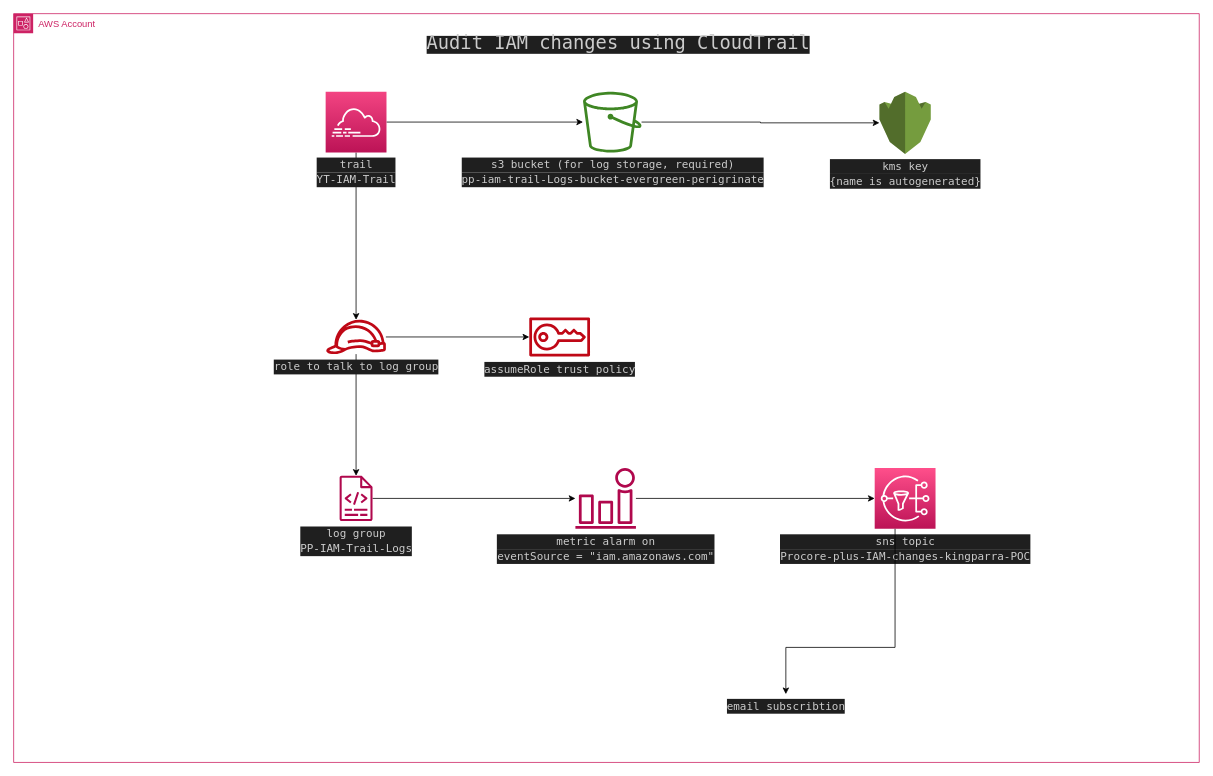
kingparra/procore-internship keeps this draw.io diagram as 0006_-_audit_solution_for_iam_changes/diagram.drawio. Above is the earlier version. Source tidied: cells renumbered, new cells numbered last; positions are measured from the earlier drawing's top-left corner, leaving out a move shared by most shapes. Both pictures are drawn from the tidied source at 78%, with x=0, y=0 at pixel (13, 13).
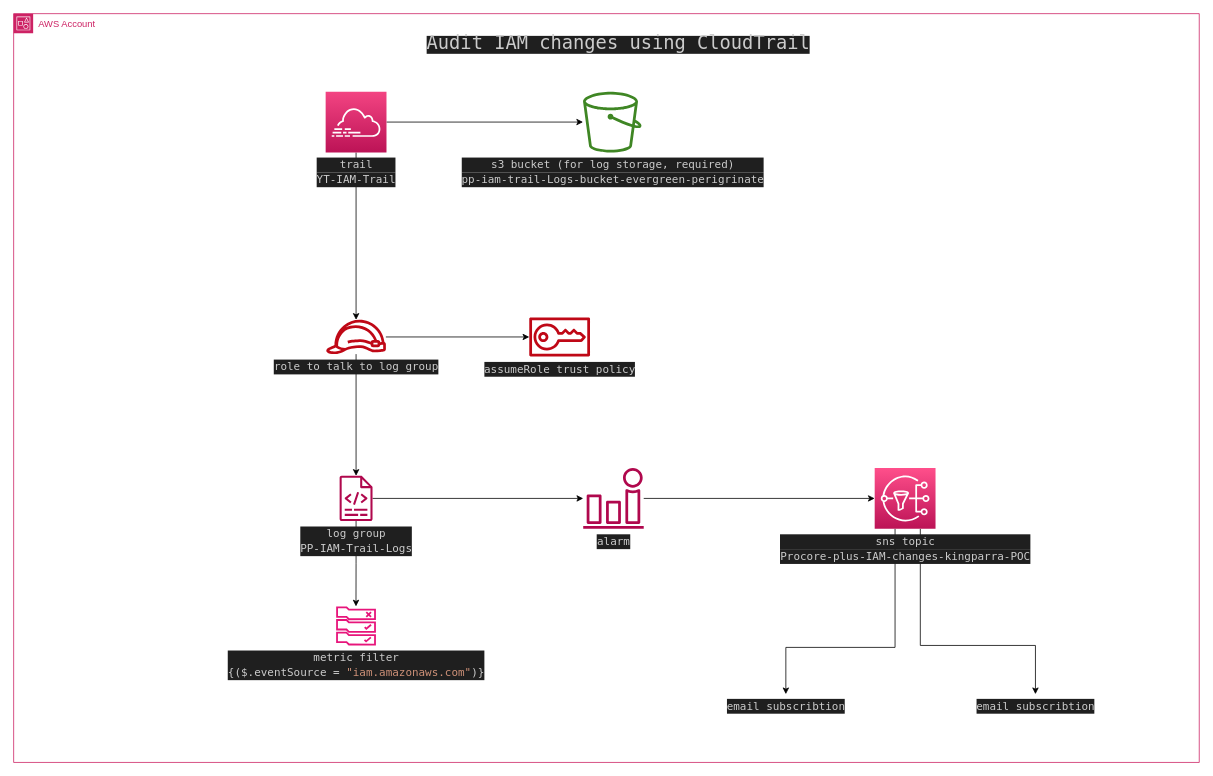
Above is the later version.

The change refers to these unchanged cells:
```xml
<mxCell id="2" value="AWS Account" style="gradientColor=none;html=1;whiteSpace=wrap;fontSize=12;fontStyle=0;shape=mxgraph.aws4.group;grIcon=mxgraph.aws4.group_account;strokeColor=#CD2264;fillColor=none;verticalAlign=top;align=left;spacingLeft=30;fontColor=#CD2264;dashed=0;" parent="1" vertex="1">
  <mxGeometry width="1520" height="960" as="geometry" />
</mxCell>
<mxCell id="5" value="&lt;div style=&quot;font-family: &amp;quot;Fira Code Light&amp;quot;, &amp;quot;Droid Sans Mono&amp;quot;, &amp;quot;monospace&amp;quot;, monospace; font-size: 14px; line-height: 19px;&quot;&gt;&lt;div style=&quot;color: rgb(204, 204, 204); background-color: rgb(31, 31, 31); line-height: 19px;&quot;&gt;s3 bucket (for log storage, required)&lt;/div&gt;&lt;div style=&quot;color: rgb(204, 204, 204); background-color: rgb(31, 31, 31); line-height: 19px;&quot;&gt;&lt;div style=&quot;line-height: 19px;&quot;&gt;pp-iam-trail-Logs-bucket-evergreen-perigrinate&lt;/div&gt;&lt;/div&gt;&lt;/div&gt;" style="sketch=0;outlineConnect=0;fontColor=#232F3E;gradientColor=none;fillColor=#3F8624;strokeColor=none;dashed=0;verticalLabelPosition=bottom;verticalAlign=top;align=center;html=1;fontSize=12;fontStyle=0;shape=mxgraph.aws4.bucket;" parent="2" vertex="1">
  <mxGeometry x="730" y="100" width="75" height="78" as="geometry" />
</mxCell>
<mxCell id="7" value="&lt;div style=&quot;color: rgb(204, 204, 204); background-color: rgb(31, 31, 31); font-family: &amp;quot;Fira Code Light&amp;quot;, &amp;quot;Droid Sans Mono&amp;quot;, &amp;quot;monospace&amp;quot;, monospace; font-size: 14px; line-height: 19px;&quot;&gt;log group&lt;br&gt;PP-IAM-Trail-Logs&lt;/div&gt;" style="sketch=0;outlineConnect=0;fontColor=#232F3E;gradientColor=none;fillColor=#B0084D;strokeColor=none;dashed=0;verticalLabelPosition=bottom;verticalAlign=top;align=center;html=1;fontSize=12;fontStyle=0;shape=mxgraph.aws4.logs;" parent="2" vertex="1">
  <mxGeometry x="400" y="592.5" width="78" height="58" as="geometry" />
</mxCell>
<mxCell id="10" value="&lt;div style=&quot;color: rgb(204, 204, 204); background-color: rgb(31, 31, 31); font-family: &amp;quot;Fira Code Light&amp;quot;, &amp;quot;Droid Sans Mono&amp;quot;, &amp;quot;monospace&amp;quot;, monospace; font-size: 14px; line-height: 19px;&quot;&gt;sns topic&lt;/div&gt;&lt;div style=&quot;color: rgb(204, 204, 204); background-color: rgb(31, 31, 31); font-family: &amp;quot;Fira Code Light&amp;quot;, &amp;quot;Droid Sans Mono&amp;quot;, &amp;quot;monospace&amp;quot;, monospace; font-size: 14px; line-height: 19px;&quot;&gt;Procore-plus-IAM-changes-kingparra-POC&lt;/div&gt;" style="sketch=0;points=[[0,0,0],[0.25,0,0],[0.5,0,0],[0.75,0,0],[1,0,0],[0,1,0],[0.25,1,0],[0.5,1,0],[0.75,1,0],[1,1,0],[0,0.25,0],[0,0.5,0],[0,0.75,0],[1,0.25,0],[1,0.5,0],[1,0.75,0]];outlineConnect=0;fontColor=#232F3E;gradientColor=#FF4F8B;gradientDirection=north;fillColor=#BC1356;strokeColor=#ffffff;dashed=0;verticalLabelPosition=bottom;verticalAlign=top;align=center;html=1;fontSize=12;fontStyle=0;shape=mxgraph.aws4.resourceIcon;resIcon=mxgraph.aws4.sns;" parent="2" vertex="1">
  <mxGeometry x="1103.9" y="582.5" width="78" height="78" as="geometry" />
</mxCell>
<mxCell id="12" value="&lt;div style=&quot;color: rgb(204, 204, 204); background-color: rgb(31, 31, 31); font-family: &amp;quot;Fira Code Light&amp;quot;, &amp;quot;Droid Sans Mono&amp;quot;, &amp;quot;monospace&amp;quot;, monospace; font-size: 14px; line-height: 19px;&quot;&gt;email subscribtion&lt;/div&gt;" style="text;html=1;align=center;verticalAlign=middle;points=[];strokeColor=none;fillColor=none;" parent="2" vertex="1">
  <mxGeometry x="900" y="872.5" width="180" height="30" as="geometry" />
</mxCell>
```

The edit, as a diff of the source:
```diff
@@
-    <mxCell id="4" style="edgeStyle=orthogonalEdgeStyle;rounded=0;jettySize=auto;html=1;" parent="2" edge="1" source="5" target="13">
-      <mxGeometry relative="1" as="geometry" />
-    </mxCell>
@@
+    <mxCell id="21" style="edgeStyle=orthogonalEdgeStyle;rounded=0;jettySize=auto;html=1;" parent="2" edge="1" source="7" target="23">
+      <mxGeometry relative="1" as="geometry" />
+    </mxCell>
@@
+    <mxCell id="22" style="edgeStyle=orthogonalEdgeStyle;rounded=0;jettySize=auto;html=1;exitX=0.75;exitY=1;exitDx=0;exitDy=0;exitPerimeter=0;" parent="2" edge="1" source="10" target="24">
+      <mxGeometry relative="1" as="geometry">
+        <Array as="points">
+          <mxPoint x="1162" y="810" />
+          <mxPoint x="1310" y="810" />
+        </Array>
+      </mxGeometry>
+    </mxCell>
@@
+    <mxCell id="11" style="edgeStyle=orthogonalEdgeStyle;rounded=0;jettySize=auto;html=1;" parent="2" edge="1" source="10" target="12">
+      <mxGeometry relative="1" as="geometry">
+        <Array as="points">
+          <mxPoint x="1130" y="812.5" />
+          <mxPoint x="990" y="812.5" />
+        </Array>
+      </mxGeometry>
+    </mxCell>
@@
-    <mxCell id="11" style="edgeStyle=orthogonalEdgeStyle;rounded=0;jettySize=auto;html=1;" parent="2" edge="1" source="10" target="12">
-      <mxGeometry relative="1" as="geometry">
-        <Array as="points">
-          <mxPoint x="1130" y="812.5" />
-          <mxPoint x="990" y="812.5" />
-        </Array>
-      </mxGeometry>
-    </mxCell>
@@
-    <mxCell id="13" value="&lt;div style=&quot;color: rgb(204, 204, 204); background-color: rgb(31, 31, 31); font-family: &amp;quot;Fira Code Light&amp;quot;, &amp;quot;Droid Sans Mono&amp;quot;, &amp;quot;monospace&amp;quot;, monospace; font-size: 14px; line-height: 19px;&quot;&gt;kms key&lt;/div&gt;&lt;div style=&quot;color: rgb(204, 204, 204); background-color: rgb(31, 31, 31); font-family: &amp;quot;Fira Code Light&amp;quot;, &amp;quot;Droid Sans Mono&amp;quot;, &amp;quot;monospace&amp;quot;, monospace; font-size: 14px; line-height: 19px;&quot;&gt;{name is autogenerated}&lt;/div&gt;" style="outlineConnect=0;dashed=0;verticalLabelPosition=bottom;verticalAlign=top;align=center;html=1;shape=mxgraph.aws3.kms;fillColor=#759C3E;gradientColor=none;" parent="2" vertex="1">
-      <mxGeometry x="1110" y="100" width="65.8" height="80" as="geometry" />
-    </mxCell>
@@
-    <mxCell id="15" value="&lt;div style=&quot;color: rgb(204, 204, 204); background-color: rgb(31, 31, 31); font-family: &amp;quot;Fira Code Light&amp;quot;, &amp;quot;Droid Sans Mono&amp;quot;, &amp;quot;monospace&amp;quot;, monospace; font-size: 14px; line-height: 19px;&quot;&gt;metric alarm on&lt;/div&gt;&lt;div style=&quot;color: rgb(204, 204, 204); background-color: rgb(31, 31, 31); font-family: &amp;quot;Fira Code Light&amp;quot;, &amp;quot;Droid Sans Mono&amp;quot;, &amp;quot;monospace&amp;quot;, monospace; font-size: 14px; line-height: 19px;&quot;&gt;eventSource = &quot;iam.amazonaws.com&quot;&lt;/div&gt;" style="sketch=0;outlineConnect=0;fontColor=#232F3E;gradientColor=none;fillColor=#B0084D;strokeColor=none;dashed=0;verticalLabelPosition=bottom;verticalAlign=top;align=center;html=1;fontSize=12;fontStyle=0;shape=mxgraph.aws4.alarm;" parent="2" vertex="1">
-      <mxGeometry x="720" y="582.5" width="78" height="78" as="geometry" />
+    <mxCell id="15" value="&lt;div style=&quot;color: rgb(204, 204, 204); background-color: rgb(31, 31, 31); font-family: &amp;quot;Fira Code Light&amp;quot;, &amp;quot;Droid Sans Mono&amp;quot;, &amp;quot;monospace&amp;quot;, monospace; font-size: 14px; line-height: 19px;&quot;&gt;alarm&lt;/div&gt;" style="sketch=0;outlineConnect=0;fontColor=#232F3E;gradientColor=none;fillColor=#B0084D;strokeColor=none;dashed=0;verticalLabelPosition=bottom;verticalAlign=top;align=center;html=1;fontSize=12;fontStyle=0;shape=mxgraph.aws4.alarm;" parent="2" vertex="1">
+      <mxGeometry x="730" y="582.5" width="78" height="78" as="geometry" />
     </mxCell>
@@
+    <mxCell id="23" value="&lt;div style=&quot;color: rgb(204, 204, 204); background-color: rgb(31, 31, 31); font-family: &amp;quot;Fira Code Light&amp;quot;, &amp;quot;Droid Sans Mono&amp;quot;, &amp;quot;monospace&amp;quot;, monospace; font-size: 14px; line-height: 19px;&quot;&gt;&lt;div&gt;metric filter&lt;/div&gt;&lt;div&gt;{($.eventSource &lt;span style=&quot;color: #d4d4d4;&quot;&gt;=&lt;/span&gt; &lt;span style=&quot;color: #ce9178;&quot;&gt;&quot;iam.amazonaws.com&quot;&lt;/span&gt;)}&lt;/div&gt;&lt;/div&gt;" style="sketch=0;outlineConnect=0;fontColor=#232F3E;gradientColor=none;fillColor=#E7157B;strokeColor=none;dashed=0;verticalLabelPosition=bottom;verticalAlign=top;align=center;html=1;fontSize=12;fontStyle=0;shape=mxgraph.aws4.rule_2;" parent="2" vertex="1">
+      <mxGeometry x="413.3" y="760" width="51.3" height="50" as="geometry" />
+    </mxCell>
+    <mxCell id="24" value="&lt;div style=&quot;color: rgb(204, 204, 204); background-color: rgb(31, 31, 31); font-family: &amp;quot;Fira Code Light&amp;quot;, &amp;quot;Droid Sans Mono&amp;quot;, &amp;quot;monospace&amp;quot;, monospace; font-size: 14px; line-height: 19px;&quot;&gt;email subscribtion&lt;/div&gt;" style="text;html=1;align=center;verticalAlign=middle;points=[];strokeColor=none;fillColor=none;" parent="2" vertex="1">
+      <mxGeometry x="1220" y="872.5" width="180" height="30" as="geometry" />
+    </mxCell>
```
